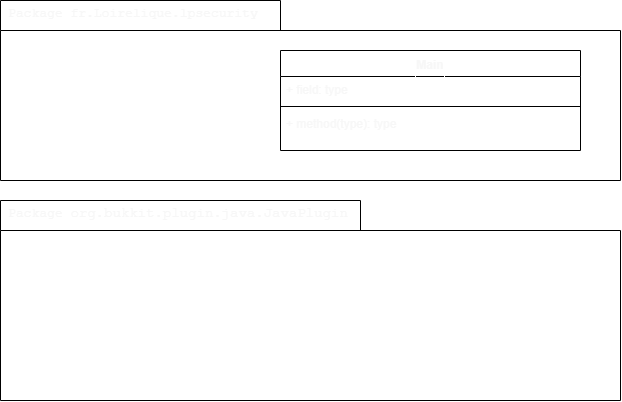
dim-blanchard/LPsecurity keeps this draw.io diagram as doc/DiagClass-LPsecurity.drawio.png. Above is the earlier version. Source tidied: cells renumbered, new cells last; positions are measured from the earlier drawing's top-left corner, leaving out a move shared by most shapes.
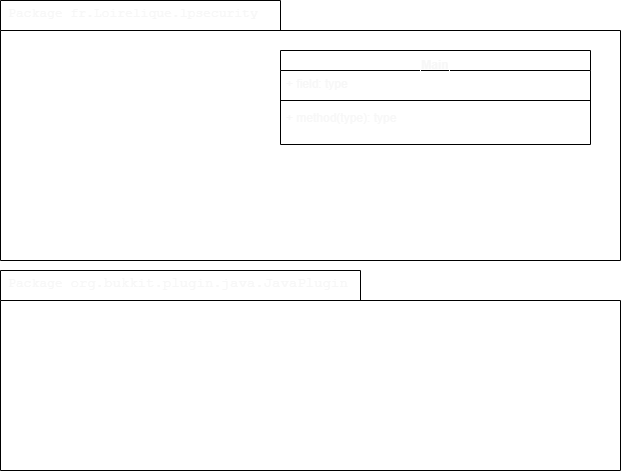
Above is the later version.

The edit, as a diff of the source:
```diff
@@ -3,22 +3,22 @@
     <mxCell id="0" />
     <mxCell id="1" parent="0" />
     <mxCell id="2" value="&lt;div style=&quot;font-family: &amp;quot;droid sans mono&amp;quot; , monospace , monospace ; font-size: 13px ; line-height: 19px&quot;&gt;Package fr.Loirelique.lpsecurity&lt;/div&gt;" style="shape=folder;xSize=90;align=left;spacingLeft=10;align=left;verticalAlign=top;spacingLeft=5;spacingTop=-4;tabWidth=280;tabHeight=30;tabPosition=left;html=1;strokeWidth=1;fillColor=none;gradientColor=none;fontColor=#F7F7F7;labelBorderColor=#FFFFFF;" parent="1" vertex="1">
-      <mxGeometry width="620" height="180" as="geometry" />
+      <mxGeometry width="620" height="260" as="geometry" />
     </mxCell>
-    <mxCell id="3" value="Main &#10;" style="swimlane;fontStyle=1;align=center;verticalAlign=top;horizontal=1;startSize=26;whiteSpace=wrap;fontColor=#F7F7F7;labelBorderColor=#FFFFFF;" parent="1" vertex="1">
-      <mxGeometry x="280" y="50" width="300" height="100" as="geometry" />
+    <mxCell id="3" value="Main &#10;" style="swimlane;fontStyle=1;align=center;verticalAlign=top;horizontal=1;startSize=20;whiteSpace=wrap;fontColor=#F7F7F7;labelBorderColor=#FFFFFF;" parent="1" vertex="1">
+      <mxGeometry x="280" y="50" width="310" height="94" as="geometry" />
     </mxCell>
     <mxCell id="4" value="+ field: type" style="text;strokeColor=none;fillColor=none;align=left;verticalAlign=top;spacingLeft=4;spacingRight=4;overflow=hidden;fontColor=#F7F7F7;labelBorderColor=#FFFFFF;" parent="3" vertex="1">
-      <mxGeometry y="26" width="300" height="26" as="geometry" />
+      <mxGeometry y="20" width="310" height="26" as="geometry" />
     </mxCell>
     <mxCell id="5" style="line;strokeWidth=1;fillColor=none;align=left;verticalAlign=middle;spacingTop=-1;spacingLeft=3;spacingRight=3;labelPosition=right;fontColor=#F7F7F7;labelBorderColor=#FFFFFF;" parent="3" vertex="1">
-      <mxGeometry y="52" width="300" height="8" as="geometry" />
+      <mxGeometry y="46" width="310" height="8" as="geometry" />
     </mxCell>
     <mxCell id="6" value="+ method(type): type&#10;" style="text;strokeColor=none;fillColor=none;align=left;verticalAlign=top;spacingLeft=4;spacingRight=4;overflow=hidden;fontColor=#F7F7F7;labelBorderColor=#FFFFFF;" parent="3" vertex="1">
-      <mxGeometry y="60" width="300" height="40" as="geometry" />
+      <mxGeometry y="54" width="310" height="40" as="geometry" />
     </mxCell>
     <mxCell id="7" value="&lt;div style=&quot;font-family: &amp;quot;droid sans mono&amp;quot; , monospace , monospace ; font-size: 13px ; line-height: 19px&quot;&gt;&lt;font&gt;Package&amp;nbsp;&lt;span style=&quot;font-family: &amp;quot;droid sans mono&amp;quot; , monospace , monospace ; font-size: 14px&quot;&gt;org&lt;/span&gt;&lt;span style=&quot;font-family: &amp;quot;droid sans mono&amp;quot; , monospace , monospace ; font-size: 14px&quot;&gt;.&lt;/span&gt;&lt;span style=&quot;font-family: &amp;quot;droid sans mono&amp;quot; , monospace , monospace ; font-size: 14px&quot;&gt;bukkit&lt;/span&gt;&lt;span style=&quot;font-family: &amp;quot;droid sans mono&amp;quot; , monospace , monospace ; font-size: 14px&quot;&gt;.&lt;/span&gt;&lt;span style=&quot;font-family: &amp;quot;droid sans mono&amp;quot; , monospace , monospace ; font-size: 14px&quot;&gt;plugin&lt;/span&gt;&lt;span style=&quot;font-family: &amp;quot;droid sans mono&amp;quot; , monospace , monospace ; font-size: 14px&quot;&gt;.&lt;/span&gt;&lt;span style=&quot;font-family: &amp;quot;droid sans mono&amp;quot; , monospace , monospace ; font-size: 14px&quot;&gt;java&lt;/span&gt;&lt;span style=&quot;font-family: &amp;quot;droid sans mono&amp;quot; , monospace , monospace ; font-size: 14px&quot;&gt;.&lt;/span&gt;&lt;span style=&quot;font-family: &amp;quot;droid sans mono&amp;quot; , monospace , monospace ; font-size: 14px&quot;&gt;JavaPlugin&lt;/span&gt;&lt;/font&gt;&lt;/div&gt;" style="shape=folder;xSize=90;align=left;spacingLeft=10;align=left;verticalAlign=top;spacingLeft=5;spacingTop=-4;tabWidth=360;tabHeight=30;tabPosition=left;html=1;strokeWidth=1;fillColor=none;gradientColor=none;fontColor=#F7F7F7;labelBorderColor=#FFFFFF;" parent="1" vertex="1">
-      <mxGeometry y="200" width="620" height="200" as="geometry" />
+      <mxGeometry y="270" width="620" height="200" as="geometry" />
     </mxCell>
   </root>
 </mxGraphModel>
```
